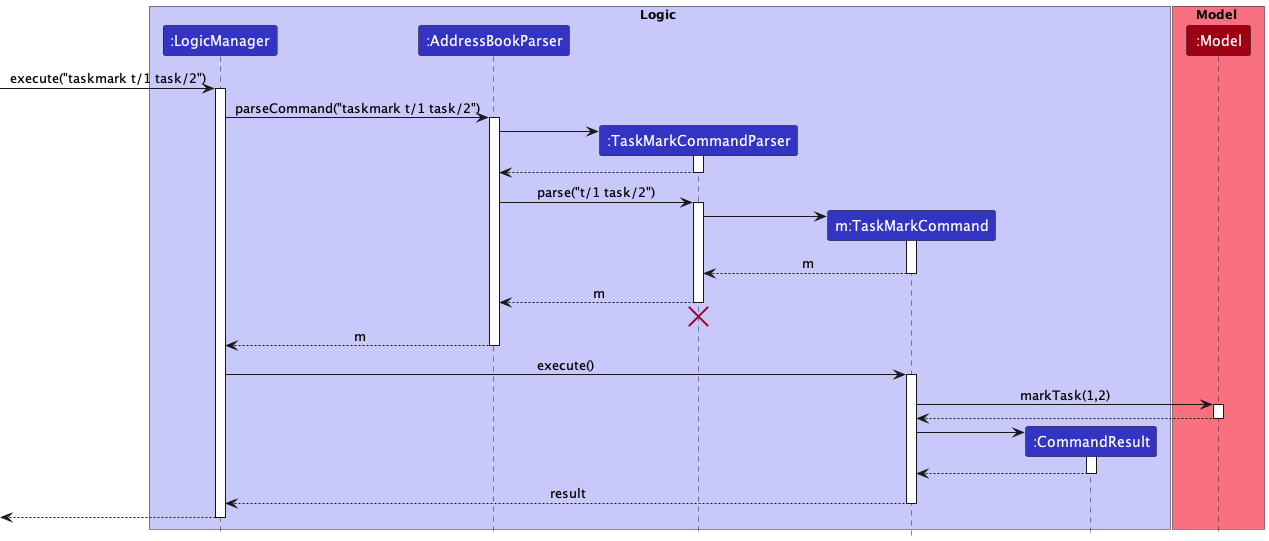
Earlier version of the PlantUML export docs/images/TaskMarkSequenceDiagram.png (nus-cs2103-AY2223S1/tp).
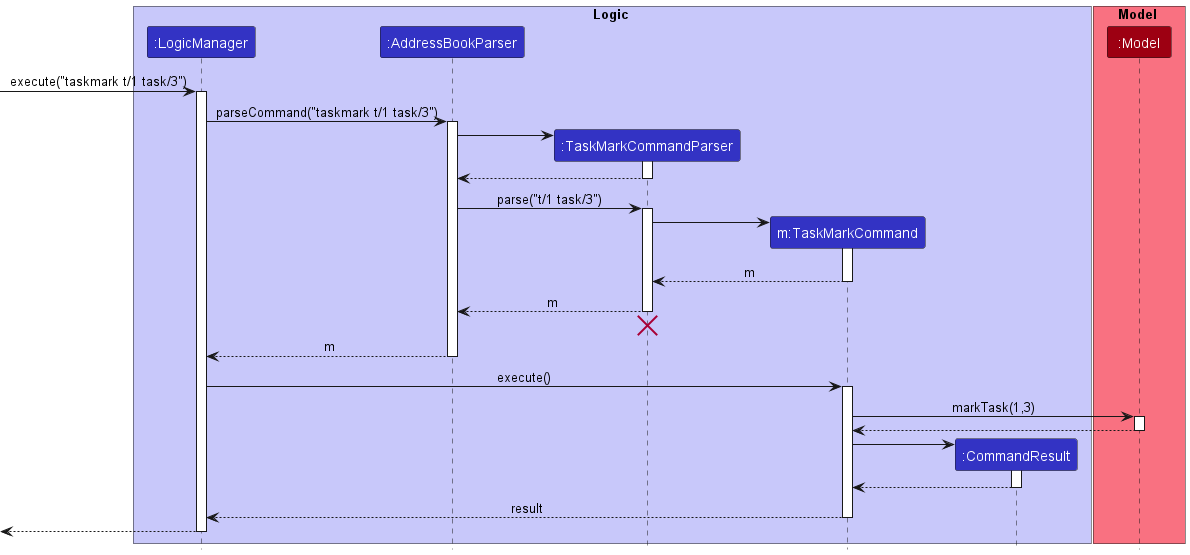
Above is the later version.

Diff of the diagram source:
```diff
@@ -13,10 +13,10 @@
 participant ":Model" as Model MODEL_COLOR
 end box
 
-[-> LogicManager : execute("taskmark t/1 task/2")
+[-> LogicManager : execute("taskmark t/1 task/3")
 activate LogicManager
 
-LogicManager -> AddressBookParser : parseCommand("taskmark t/1 task/2")
+LogicManager -> AddressBookParser : parseCommand("taskmark t/1 task/3")
 activate AddressBookParser
 
 create TaskMarkCommandParser
@@ -26,7 +26,7 @@
 TaskMarkCommandParser --> AddressBookParser
 deactivate TaskMarkCommandParser
 
-AddressBookParser -> TaskMarkCommandParser : parse("t/1 task/2")
+AddressBookParser -> TaskMarkCommandParser : parse("t/1 task/3")
 activate TaskMarkCommandParser
 
 create TaskMarkCommand
@@ -47,7 +47,7 @@
 LogicManager -> TaskMarkCommand : execute()
 activate TaskMarkCommand
 
-TaskMarkCommand -> Model : markTask(1,2)
+TaskMarkCommand -> Model : markTask(1,3)
 activate Model
 
 Model --> TaskMarkCommand
```
